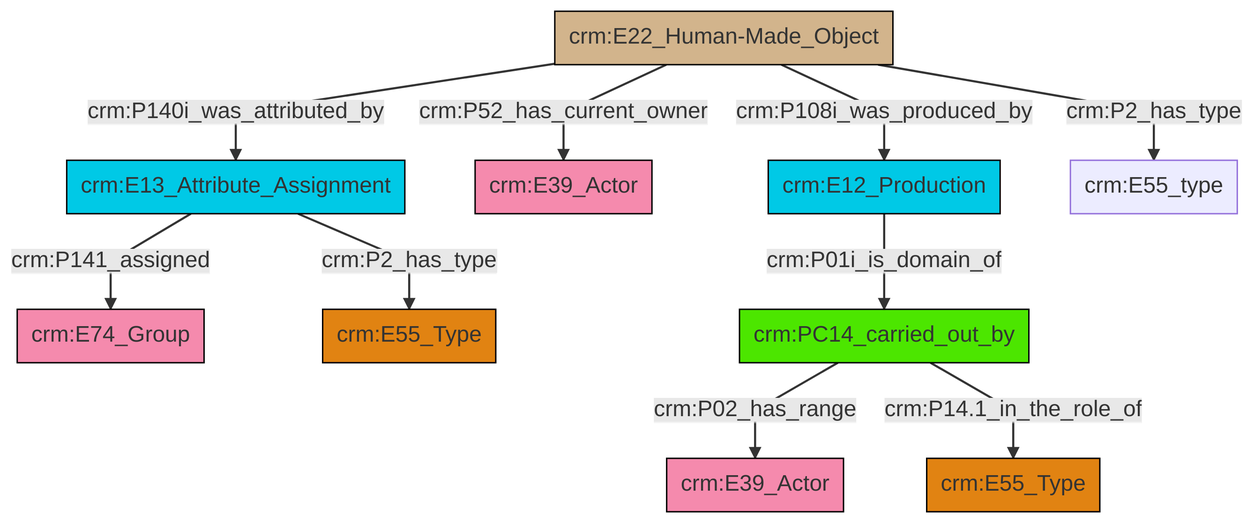
The Mermaid diagram et/builtWorkCSV/ttl/mmd/png/Built_Work_actor_relations.png in swiss-art-research-net/docs.swissartresearch, before a commit. Its source is kept beside it as et/builtWorkCSV/ttl/mmd/Built_Work_actor_relations.ttl.mmd.
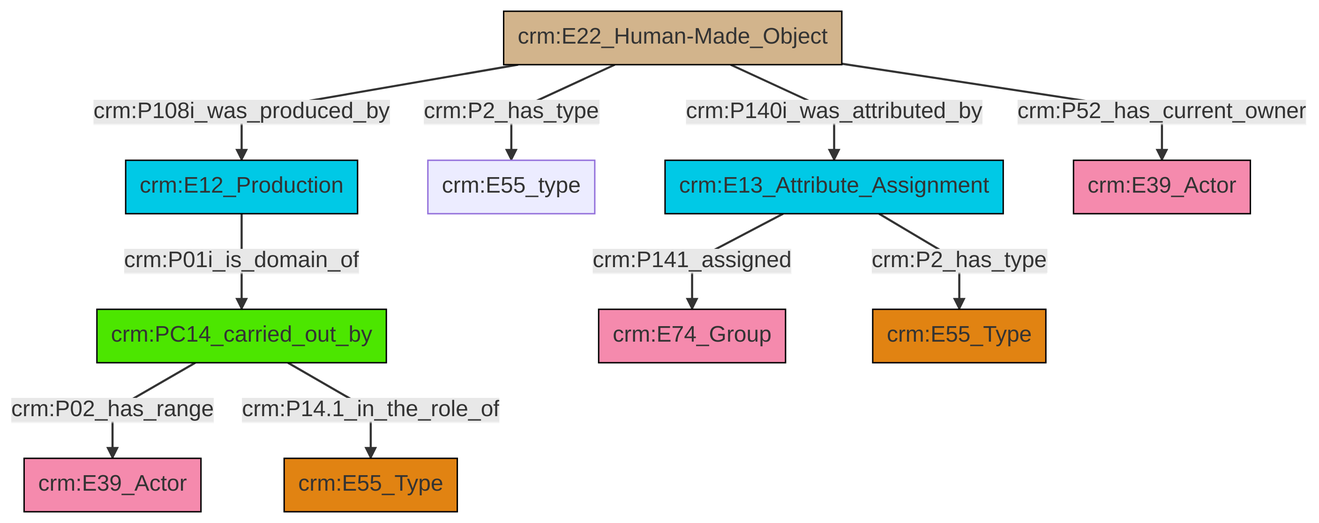
The same file after the commit.

Diff of the diagram source:
```diff
@@ -13,12 +13,12 @@
 classDef PC_Classes fill:#4ce600, stroke:#000000;
 classDef Multi fill:#cccccc,stroke:#000000;
 
-4["crm:PC14_carried_out_by"]:::PC_Classes -->|crm:P02_has_range| 5["crm:E39_Actor"]:::Actor
-4["crm:PC14_carried_out_by"]:::PC_Classes -->|crm:P14.1_in_the_role_of| 6["crm:E55_Type"]:::Type
-7["crm:E13_Attribute_Assignment"]:::Temporal_Entity -->|crm:P141_assigned| 0["crm:E74_Group"]:::Actor
+0["crm:E12_Production"]:::Temporal_Entity -->|crm:P01i_is_domain_of| 1["crm:PC14_carried_out_by"]:::PC_Classes
+2["crm:E22_Human-Made_Object"]:::Physical_Thing -->|crm:P2_has_type| 3["crm:E55_type"]:::Default
+1["crm:PC14_carried_out_by"]:::PC_Classes -->|crm:P02_has_range| 9["crm:E39_Actor"]:::Actor
+7["crm:E13_Attribute_Assignment"]:::Temporal_Entity -->|crm:P2_has_type| 10["crm:E55_Type"]:::Type
+1["crm:PC14_carried_out_by"]:::PC_Classes -->|crm:P14.1_in_the_role_of| 16["crm:E55_Type"]:::Type
+7["crm:E13_Attribute_Assignment"]:::Temporal_Entity -->|crm:P141_assigned| 5["crm:E74_Group"]:::Actor
 2["crm:E22_Human-Made_Object"]:::Physical_Thing -->|crm:P140i_was_attributed_by| 7["crm:E13_Attribute_Assignment"]:::Temporal_Entity
-13["crm:E12_Production"]:::Temporal_Entity -->|crm:P01i_is_domain_of| 4["crm:PC14_carried_out_by"]:::PC_Classes
-2["crm:E22_Human-Made_Object"]:::Physical_Thing -->|crm:P52_has_current_owner| 18["crm:E39_Actor"]:::Actor
-2["crm:E22_Human-Made_Object"]:::Physical_Thing -->|crm:P108i_was_produced_by| 13["crm:E12_Production"]:::Temporal_Entity
-2["crm:E22_Human-Made_Object"]:::Physical_Thing -->|crm:P2_has_type| 8["crm:E55_type"]:::Default
-7["crm:E13_Attribute_Assignment"]:::Temporal_Entity -->|crm:P2_has_type| 10["crm:E55_Type"]:::Type
+2["crm:E22_Human-Made_Object"]:::Physical_Thing -->|crm:P108i_was_produced_by| 0["crm:E12_Production"]:::Temporal_Entity
+2["crm:E22_Human-Made_Object"]:::Physical_Thing -->|crm:P52_has_current_owner| 12["crm:E39_Actor"]:::Actor
```
